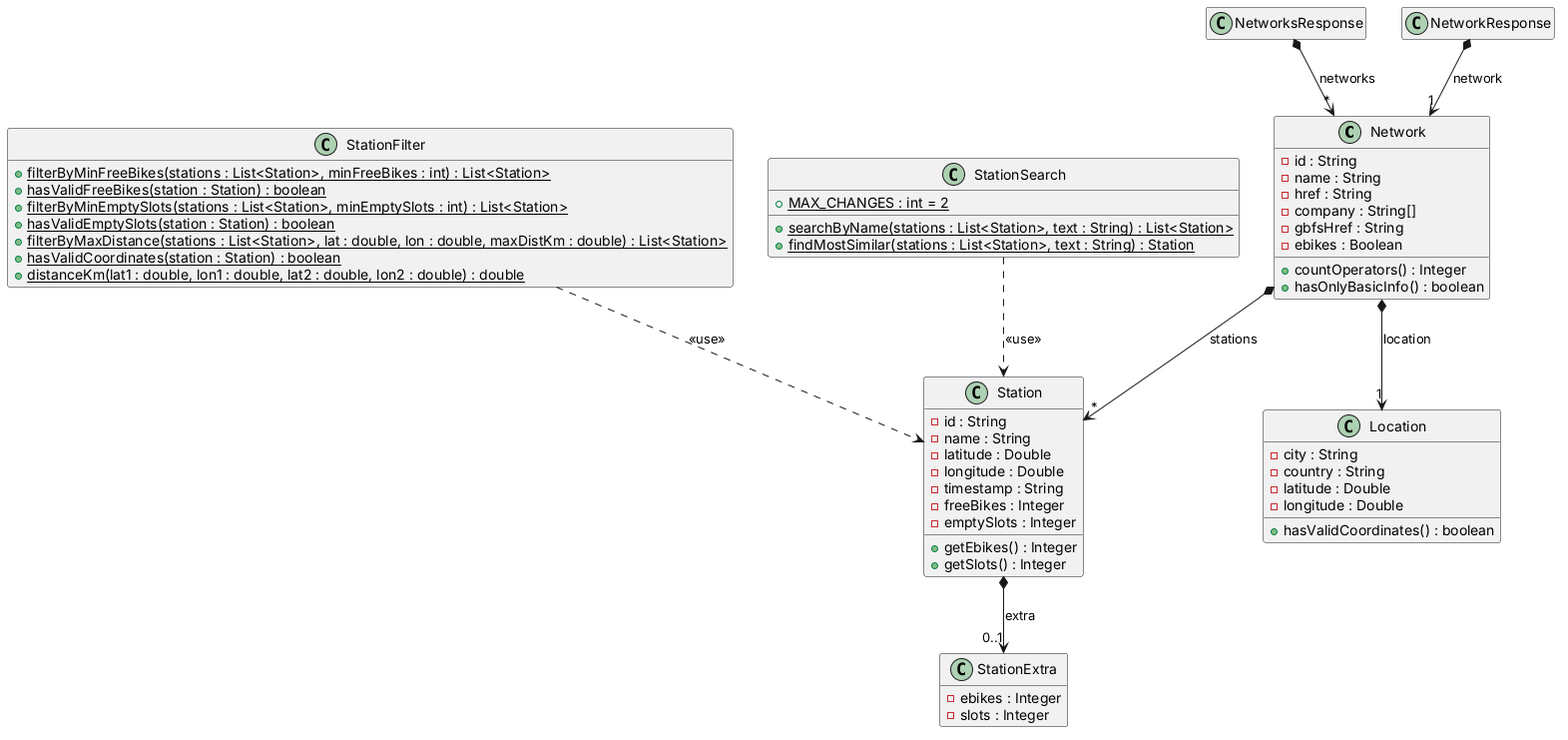
Earlier version of the PlantUML export Docs/Models/domain.png (isunican/App-Bicis-Grupo3).
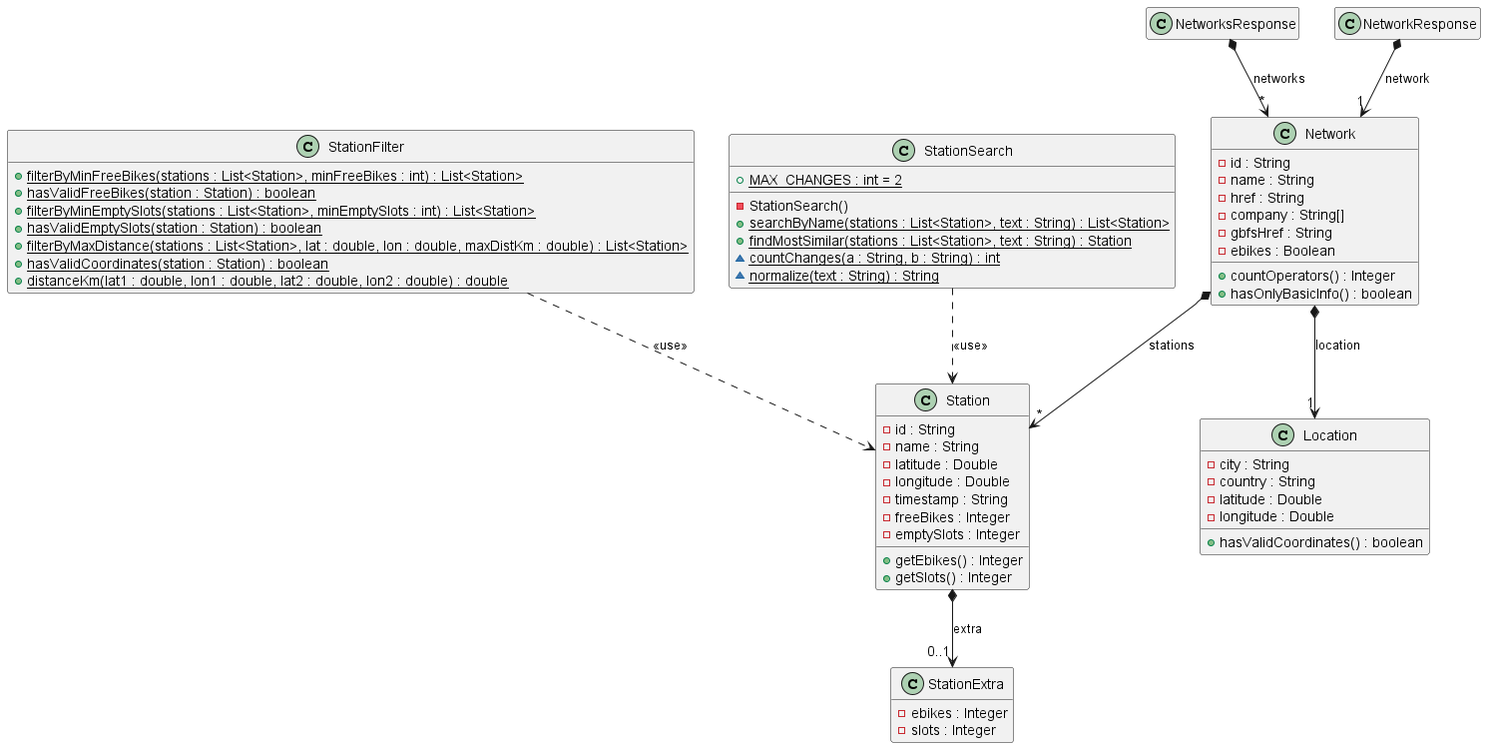
After the commit.

Commit message:
US532314 Actualizar diagrama UML de dominio

The edit, as a diff of the source:
```diff
@@ -58,8 +58,11 @@
 
 class StationSearch {
     + {static} MAX_CHANGES : int = 2
+    - StationSearch()
     + {static} searchByName(stations : List<Station>, text : String) : List<Station>
     + {static} findMostSimilar(stations : List<Station>, text : String) : Station
+    ~ {static} countChanges(a : String, b : String) : int
+    ~ {static} normalize(text : String) : String
 }
 
 Network *--> "*" Station : stations
```
